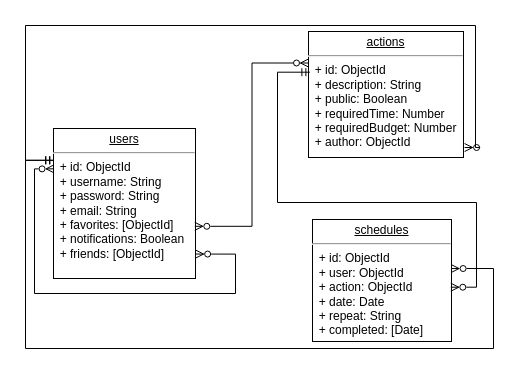
Earlier version of the draw.io diagram staff/maria-navarrete/full-stack/final-project/docs/images/ERDiagram.drawio (b00tc4mp/neoland-bootcamp-202201). Source tidied: cells renumbered, new cells numbered last; positions are measured from the earlier drawing's top-left corner, leaving out a move shared by most shapes. Both pictures are drawn from the tidied source at 100%, with x=0, y=0 at pixel (25, 25).
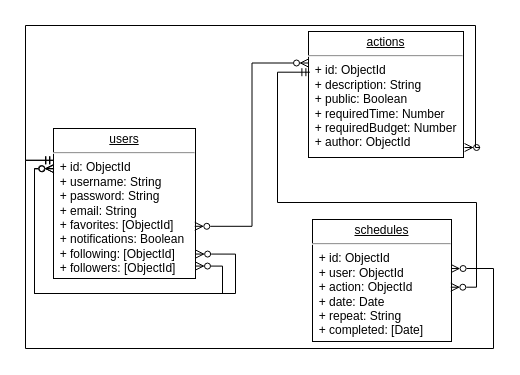
Above is the later version.

Diff of the diagram source:
```diff
@@
-    <mxCell id="2" value="&lt;p style=&quot;margin: 0px ; margin-top: 4px ; text-align: center ; text-decoration: underline&quot;&gt;users&lt;/p&gt;&lt;hr&gt;&lt;div&gt;&amp;nbsp; + id: ObjectId&lt;/div&gt;&lt;div&gt;&amp;nbsp; + username: String&lt;/div&gt;&lt;div&gt;&amp;nbsp; + password: String&lt;/div&gt;&lt;div&gt;&amp;nbsp; + email: String&lt;br&gt;&lt;/div&gt;&lt;div&gt;&amp;nbsp; + favorites: [ObjectId]&lt;/div&gt;&lt;div&gt;&amp;nbsp; + notifications: Boolean&lt;/div&gt;&lt;div&gt;&amp;nbsp; + friends: [ObjectId]&lt;/div&gt;&lt;div&gt;&lt;br&gt;&lt;/div&gt;" style="verticalAlign=top;align=left;overflow=fill;fontSize=12;fontFamily=Helvetica;html=1;rounded=0;shadow=0;comic=0;labelBackgroundColor=none;strokeWidth=1;" parent="1" vertex="1">
+    <mxCell id="2" value="&lt;p style=&quot;margin: 0px ; margin-top: 4px ; text-align: center ; text-decoration: underline&quot;&gt;users&lt;/p&gt;&lt;hr&gt;&lt;div&gt;&amp;nbsp; + id: ObjectId&lt;/div&gt;&lt;div&gt;&amp;nbsp; + username: String&lt;/div&gt;&lt;div&gt;&amp;nbsp; + password: String&lt;/div&gt;&lt;div&gt;&amp;nbsp; + email: String&lt;br&gt;&lt;/div&gt;&lt;div&gt;&amp;nbsp; + favorites: [ObjectId]&lt;/div&gt;&lt;div&gt;&amp;nbsp; + notifications: Boolean&lt;/div&gt;&lt;div&gt;&amp;nbsp; + following: [ObjectId]&lt;/div&gt;&lt;div&gt;&amp;nbsp; + followers: [ObjectId] &lt;br&gt;&lt;/div&gt;" style="verticalAlign=top;align=left;overflow=fill;fontSize=12;fontFamily=Helvetica;html=1;rounded=0;shadow=0;comic=0;labelBackgroundColor=none;strokeWidth=1;" parent="1" vertex="1">
       <mxGeometry x="28" y="103" width="142" height="150" as="geometry" />
     </mxCell>
@@
+    <mxCell id="25" style="edgeStyle=orthogonalEdgeStyle;fontSize=12;html=1;endArrow=ERzeroToMany;startArrow=ERzeroToMany;rounded=0;exitX=1;exitY=0.917;exitDx=0;exitDy=0;exitPerimeter=0;startFill=0;endFill=0;" parent="1" edge="1" source="2" target="2">
+      <mxGeometry relative="1" as="geometry">
+        <Array as="points">
+          <mxPoint x="197" y="241" />
+          <mxPoint x="197" y="268" />
+          <mxPoint x="9" y="268" />
+          <mxPoint x="9" y="143" />
+        </Array>
+      </mxGeometry>
+    </mxCell>
```
